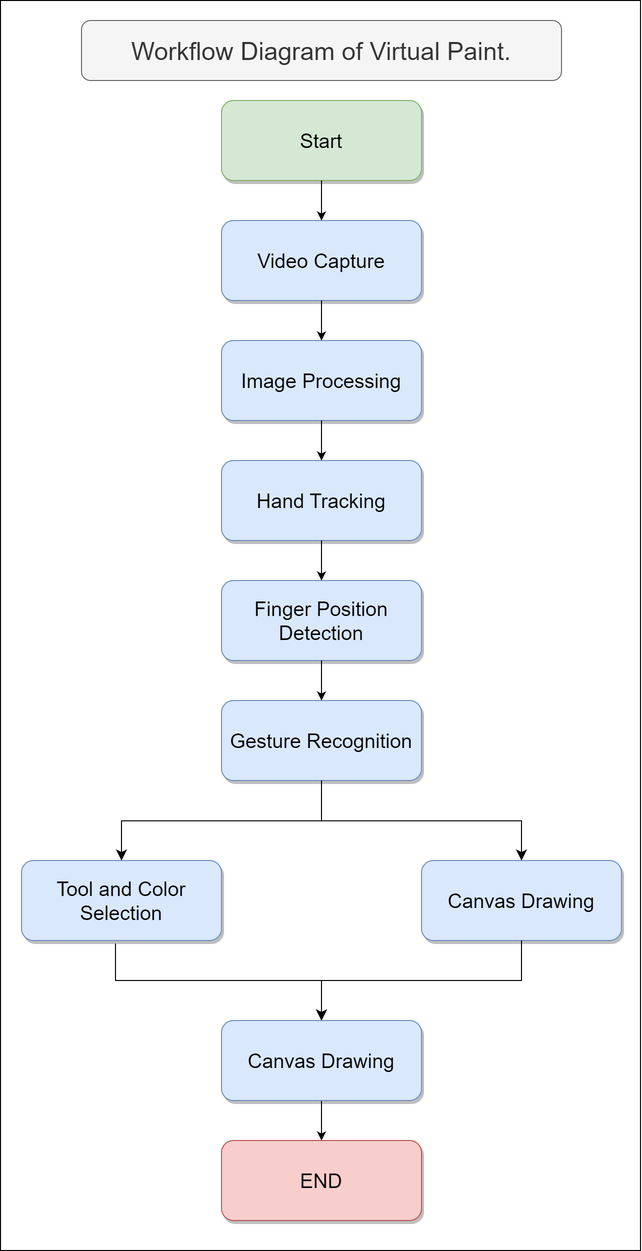
The draw.io diagram documentation/workflow.png in shubh1007/virtual-paint, before a commit. Source tidied: cells renumbered, new cells last; positions are measured from the earlier drawing's top-left corner, leaving out a move shared by most shapes.
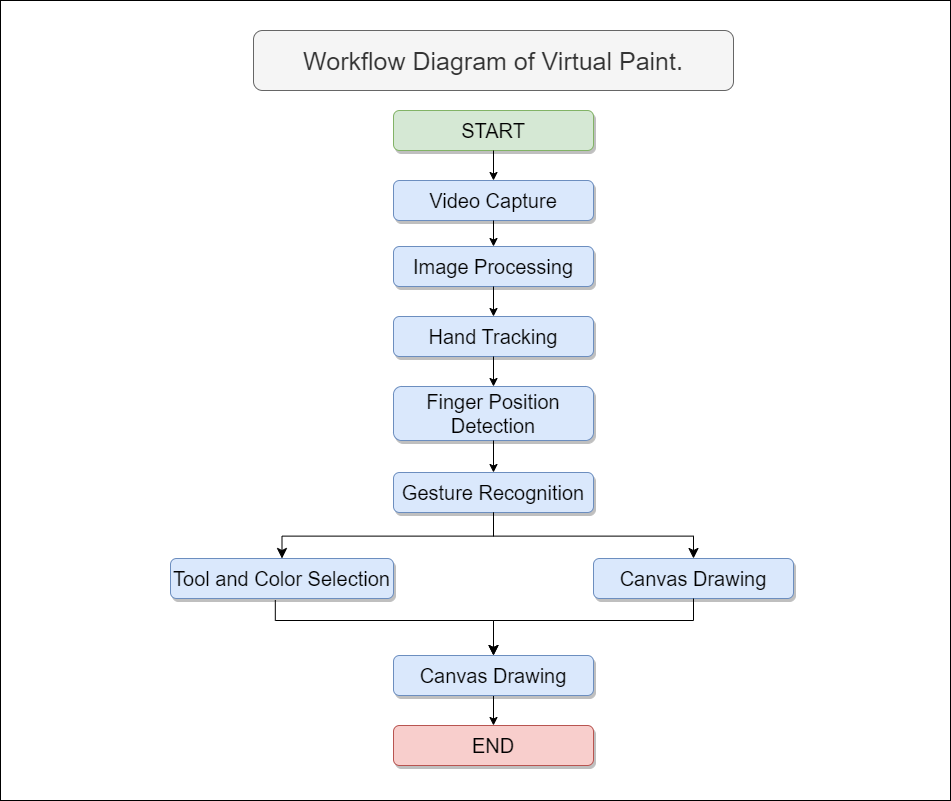
Above is the later version.

Commit message:
New workflow Diagram

What changed in the source:
```diff
@@ -2,39 +2,39 @@
   <root>
     <mxCell id="0" />
     <mxCell id="1" parent="0" />
-    <mxCell id="2" style="rounded=0;whiteSpace=wrap;html=1;" parent="1" vertex="1">
-      <mxGeometry width="640" height="1250" as="geometry" />
-    </mxCell>
-    <mxCell id="3" value="Start" style="rounded=1;whiteSpace=wrap;html=1;fillColor=#d5e8d4;strokeColor=#82b366;fontSize=20;flipH=1;shadow=1;" parent="1" vertex="1">
-      <mxGeometry x="221" y="100" width="200" height="80" as="geometry" />
-    </mxCell>
+    <mxCell id="24" style="rounded=0;whiteSpace=wrap;html=1;" parent="1" vertex="1">
+      <mxGeometry y="80" width="950" height="800" as="geometry" />
+    </mxCell>
+    <mxCell id="25" value="START" style="rounded=1;whiteSpace=wrap;html=1;fillColor=#d5e8d4;strokeColor=#82b366;fontSize=20;flipH=1;shadow=1;" parent="1" vertex="1">
+      <mxGeometry x="393" y="190" width="200" height="40" as="geometry" />
+    </mxCell>
     <mxCell id="4" value="Video Capture" style="rounded=1;whiteSpace=wrap;html=1;fontSize=20;fillColor=#dae8fc;strokeColor=#6c8ebf;flipH=1;glass=0;shadow=1;" parent="1" vertex="1">
-      <mxGeometry x="221" y="220" width="200" height="80" as="geometry" />
+      <mxGeometry x="393" y="260" width="200" height="40" as="geometry" />
     </mxCell>
     <mxCell id="5" value="Image Processing" style="rounded=1;whiteSpace=wrap;html=1;fontSize=20;fillColor=#dae8fc;strokeColor=#6c8ebf;flipH=1;glass=0;shadow=1;" parent="1" vertex="1">
-      <mxGeometry x="221" y="340" width="200" height="80" as="geometry" />
+      <mxGeometry x="393" y="326" width="200" height="40" as="geometry" />
     </mxCell>
     <mxCell id="6" value="Hand Tracking" style="rounded=1;whiteSpace=wrap;html=1;fontSize=20;fillColor=#dae8fc;strokeColor=#6c8ebf;flipH=1;glass=0;shadow=1;" parent="1" vertex="1">
-      <mxGeometry x="221" y="460" width="200" height="80" as="geometry" />
+      <mxGeometry x="393" y="396" width="200" height="40" as="geometry" />
     </mxCell>
     <mxCell id="7" value="Finger Position Detection" style="rounded=1;whiteSpace=wrap;html=1;fontSize=20;fillColor=#dae8fc;strokeColor=#6c8ebf;flipH=1;glass=0;shadow=1;" parent="1" vertex="1">
-      <mxGeometry x="221" y="580" width="200" height="80" as="geometry" />
+      <mxGeometry x="393" y="466" width="200" height="54" as="geometry" />
     </mxCell>
     <mxCell id="8" value="Gesture Recognition" style="rounded=1;whiteSpace=wrap;html=1;fontSize=20;fillColor=#dae8fc;strokeColor=#6c8ebf;flipH=1;glass=0;shadow=1;" parent="1" vertex="1">
-      <mxGeometry x="221" y="700" width="200" height="80" as="geometry" />
+      <mxGeometry x="393" y="552" width="200" height="40" as="geometry" />
     </mxCell>
     <mxCell id="9" value="Tool and Color Selection" style="rounded=1;whiteSpace=wrap;html=1;fontSize=20;fillColor=#dae8fc;strokeColor=#6c8ebf;flipH=1;glass=0;shadow=1;" parent="1" vertex="1">
-      <mxGeometry x="21" y="860" width="200" height="80" as="geometry" />
+      <mxGeometry x="170" y="638" width="223" height="40" as="geometry" />
     </mxCell>
-    <mxCell id="10" value="Canvas Drawing" style="rounded=1;whiteSpace=wrap;html=1;fontSize=20;fillColor=#dae8fc;strokeColor=#6c8ebf;flipH=1;glass=0;shadow=1;" parent="1" vertex="1">
-      <mxGeometry x="421" y="860" width="200" height="80" as="geometry" />
-    </mxCell>
+    <mxCell id="26" value="Canvas Drawing" style="rounded=1;whiteSpace=wrap;html=1;fontSize=20;fillColor=#dae8fc;strokeColor=#6c8ebf;flipH=1;glass=0;shadow=1;" parent="1" vertex="1">
+      <mxGeometry x="593" y="638" width="200" height="40" as="geometry" />
+    </mxCell>
     <mxCell id="11" value="END" style="rounded=1;whiteSpace=wrap;html=1;fontSize=20;fillColor=#f8cecc;strokeColor=#b85450;flipH=1;shadow=1;" parent="1" vertex="1">
-      <mxGeometry x="221" y="1140" width="200" height="80" as="geometry" />
+      <mxGeometry x="393" y="805" width="200" height="40" as="geometry" />
     </mxCell>
-    <mxCell id="12" style="endArrow=classic;html=1;rounded=0;exitX=0.5;exitY=1;exitDx=0;exitDy=0;" parent="1" edge="1" source="3" target="4">
-      <mxGeometry relative="1" as="geometry" />
-    </mxCell>
+    <mxCell id="27" style="endArrow=classic;html=1;rounded=0;exitX=0.5;exitY=1;exitDx=0;exitDy=0;" parent="1" edge="1" source="25" target="4">
+      <mxGeometry relative="1" as="geometry" />
+    </mxCell>
     <mxCell id="13" style="endArrow=classic;html=1;rounded=0;exitX=0.5;exitY=1;exitDx=0;exitDy=0;entryX=0.5;entryY=0;entryDx=0;entryDy=0;" parent="1" edge="1" source="4" target="5">
       <mxGeometry relative="1" as="geometry" />
     </mxCell>
@@ -47,34 +47,34 @@
     <mxCell id="16" style="endArrow=classic;html=1;rounded=0;exitX=0.5;exitY=1;exitDx=0;exitDy=0;entryX=0.5;entryY=0;entryDx=0;entryDy=0;" parent="1" edge="1" source="7" target="8">
       <mxGeometry relative="1" as="geometry" />
     </mxCell>
-    <mxCell id="17" style="endArrow=classic;html=1;rounded=0;exitX=0.5;exitY=1;exitDx=0;exitDy=0;entryX=0.5;entryY=0;entryDx=0;entryDy=0;" parent="1" edge="1" source="21" target="11">
-      <mxGeometry relative="1" as="geometry" />
-    </mxCell>
+    <mxCell id="28" style="endArrow=classic;html=1;rounded=0;exitX=0.5;exitY=1;exitDx=0;exitDy=0;entryX=0.5;entryY=0;entryDx=0;entryDy=0;" parent="1" edge="1" source="30" target="11">
+      <mxGeometry relative="1" as="geometry" />
+    </mxCell>
     <mxCell id="18" value="Workflow Diagram of Virtual Paint." style="rounded=1;whiteSpace=wrap;html=1;fontSize=25;flipH=1;fillColor=#f5f5f5;fontColor=#333333;strokeColor=#666666;" parent="1" vertex="1">
-      <mxGeometry x="81" y="20" width="480" height="60" as="geometry" />
+      <mxGeometry x="253" y="110" width="480" height="60" as="geometry" />
     </mxCell>
     <mxCell id="19" style="edgeStyle=elbowEdgeStyle;elbow=vertical;endArrow=classic;html=1;curved=0;rounded=0;endSize=8;startSize=8;exitX=0.5;exitY=1;exitDx=0;exitDy=0;entryX=0.5;entryY=0;entryDx=0;entryDy=0;" parent="1" edge="1" source="8" target="9">
       <mxGeometry relative="1" as="geometry" />
     </mxCell>
-    <mxCell id="20" style="edgeStyle=elbowEdgeStyle;elbow=vertical;endArrow=classic;html=1;curved=0;rounded=0;endSize=8;startSize=8;exitX=0.5;exitY=1;exitDx=0;exitDy=0;entryX=0.5;entryY=0;entryDx=0;entryDy=0;" parent="1" edge="1" source="8" target="10">
-      <mxGeometry relative="1" as="geometry" />
-    </mxCell>
-    <mxCell id="21" value="Canvas Drawing" style="rounded=1;whiteSpace=wrap;html=1;fontSize=20;fillColor=#dae8fc;strokeColor=#6c8ebf;flipH=1;glass=0;shadow=1;" parent="1" vertex="1">
-      <mxGeometry x="221" y="1020" width="200" height="80" as="geometry" />
-    </mxCell>
-    <mxCell id="22" style="edgeStyle=elbowEdgeStyle;elbow=vertical;endArrow=classic;html=1;curved=0;rounded=0;endSize=8;startSize=8;exitX=0.53;exitY=1.038;exitDx=0;exitDy=0;entryX=0.5;entryY=0;entryDx=0;entryDy=0;exitPerimeter=0;" parent="1" edge="1" source="9" target="21">
-      <mxGeometry relative="1" as="geometry">
-        <Array as="points">
-          <mxPoint x="230" y="980" />
-        </Array>
-      </mxGeometry>
-    </mxCell>
-    <mxCell id="23" style="edgeStyle=elbowEdgeStyle;elbow=vertical;endArrow=classic;html=1;curved=0;rounded=0;endSize=8;startSize=8;exitX=0.5;exitY=1;exitDx=0;exitDy=0;entryX=0.5;entryY=0;entryDx=0;entryDy=0;" parent="1" edge="1" source="10" target="21">
-      <mxGeometry relative="1" as="geometry">
-        <Array as="points">
-          <mxPoint x="430" y="980" />
-        </Array>
-      </mxGeometry>
-    </mxCell>
+    <mxCell id="29" style="edgeStyle=elbowEdgeStyle;elbow=vertical;endArrow=classic;html=1;curved=0;rounded=0;endSize=8;startSize=8;exitX=0.5;exitY=1;exitDx=0;exitDy=0;entryX=0.5;entryY=0;entryDx=0;entryDy=0;" parent="1" edge="1" source="8" target="26">
+      <mxGeometry relative="1" as="geometry" />
+    </mxCell>
+    <mxCell id="30" value="Canvas Drawing" style="rounded=1;whiteSpace=wrap;html=1;fontSize=20;fillColor=#dae8fc;strokeColor=#6c8ebf;flipH=1;glass=0;shadow=1;" parent="1" vertex="1">
+      <mxGeometry x="393" y="735" width="200" height="40" as="geometry" />
+    </mxCell>
+    <mxCell id="31" style="edgeStyle=elbowEdgeStyle;elbow=vertical;endArrow=classic;html=1;curved=0;rounded=0;endSize=8;startSize=8;exitX=0.53;exitY=1.038;exitDx=0;exitDy=0;entryX=0.5;entryY=0;entryDx=0;entryDy=0;exitPerimeter=0;" parent="1" edge="1" source="9" target="30">
+      <mxGeometry relative="1" as="geometry">
+        <Array as="points">
+          <mxPoint x="380" y="700" />
+        </Array>
+      </mxGeometry>
+    </mxCell>
+    <mxCell id="32" style="edgeStyle=elbowEdgeStyle;elbow=vertical;endArrow=classic;html=1;curved=0;rounded=0;endSize=8;startSize=8;exitX=0.5;exitY=1;exitDx=0;exitDy=0;entryX=0.5;entryY=0;entryDx=0;entryDy=0;" parent="1" edge="1" source="26" target="30">
+      <mxGeometry relative="1" as="geometry">
+        <Array as="points">
+          <mxPoint x="600" y="700" />
+        </Array>
+      </mxGeometry>
+    </mxCell>
   </root>
 </mxGraphModel>
```
